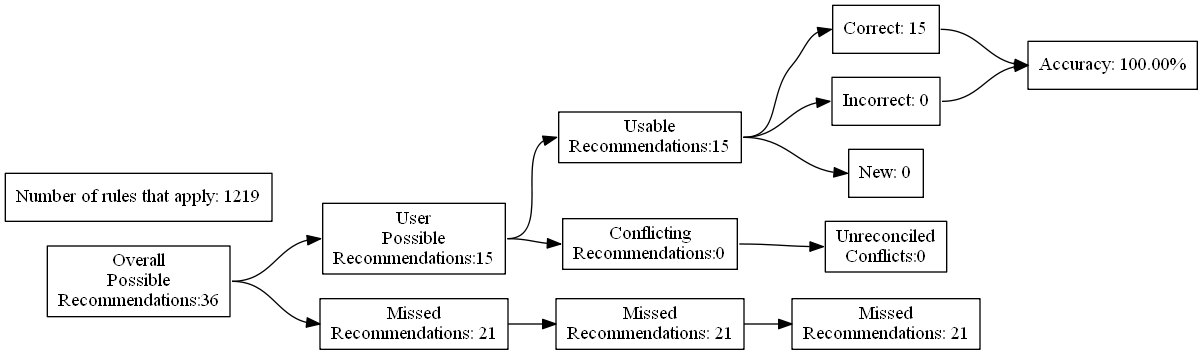
The Graphviz diagram test_renders/105.gv.png in ZaxR/ibd_diet_analysis, before a commit. Its source is kept beside it as test_renders/105.gv. The source it was exported from:
```dot
digraph {
	graph [rankdir=LR]
	node [pos=r shape=box]
	edge [headport=w tailport=e]
		A [label="Overall
Possible
Recommendations:36"]
		B [label="User
Possible
Recommendations:15"]
		C [label="Missed
Recommendations: 21"]
		D [label="Usable
Recommendations:15"]
		E [label="Conflicting
Recommendations:0"]
		J [label="Missed
Recommendations: 21"]
		M [label="Unreconciled
Conflicts:0"]
		F [label="Correct: 15"]
		G [label="Incorrect: 0"]
		H [label="New: 0"]
		K [label="Missed
Recommendations: 21"]
		I [label="Accuracy: 100.00%"]
		l [label="Number of rules that apply: 1219"]
			A -> B
			A -> C
			B -> D
			B -> E
			D -> F
			D -> G
			D -> H
			F -> I
			G -> I
			C -> J
			J -> K
			E -> M
}
```
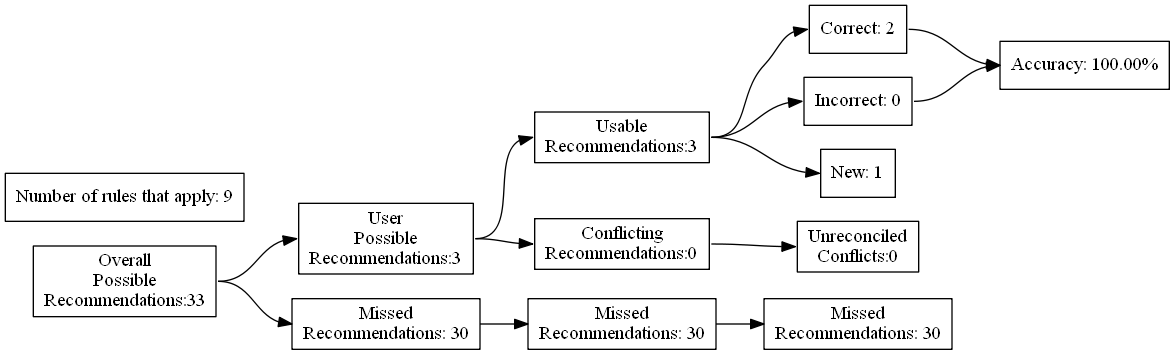
The same diagram one commit later.

Diff of the diagram source:
```diff
@@ -4,27 +4,27 @@
 	edge [headport=w tailport=e]
 		A [label="Overall
 Possible
-Recommendations:36"]
+Recommendations:33"]
 		B [label="User
 Possible
-Recommendations:15"]
+Recommendations:3"]
 		C [label="Missed
-Recommendations: 21"]
+Recommendations: 30"]
 		D [label="Usable
-Recommendations:15"]
+Recommendations:3"]
 		E [label="Conflicting
 Recommendations:0"]
 		J [label="Missed
-Recommendations: 21"]
+Recommendations: 30"]
 		M [label="Unreconciled
 Conflicts:0"]
-		F [label="Correct: 15"]
+		F [label="Correct: 2"]
 		G [label="Incorrect: 0"]
-		H [label="New: 0"]
+		H [label="New: 1"]
 		K [label="Missed
-Recommendations: 21"]
+Recommendations: 30"]
 		I [label="Accuracy: 100.00%"]
-		l [label="Number of rules that apply: 1219"]
+		l [label="Number of rules that apply: 9"]
 			A -> B
 			A -> C
 			B -> D
```
